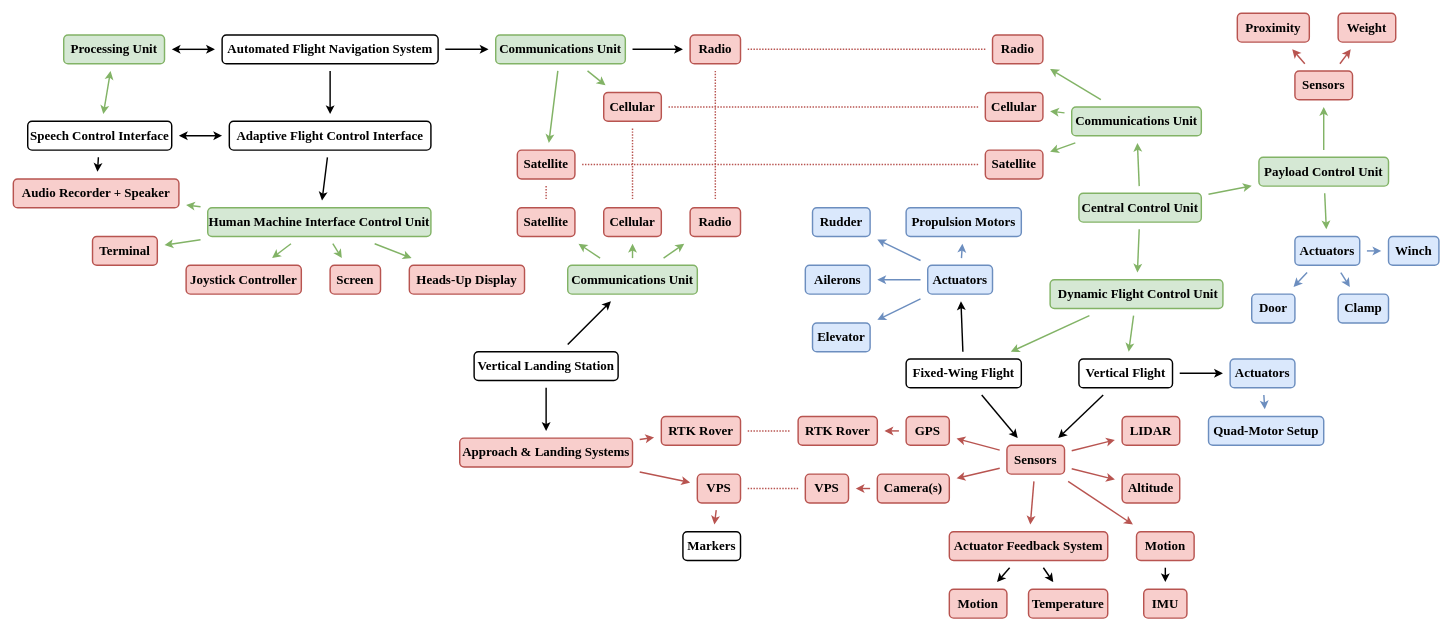
Earlier version of the draw.io diagram docs/submitted-proposal/resources/system-architecture.drawio (Tolly-Zhang/FH-Capstone-2025). Source tidied: cells renumbered, new cells numbered last; positions are measured from the earlier drawing's top-left corner, leaving out a move shared by most shapes. Both pictures are drawn from the tidied source at 72%, with x=0, y=0 at pixel (13, 13).
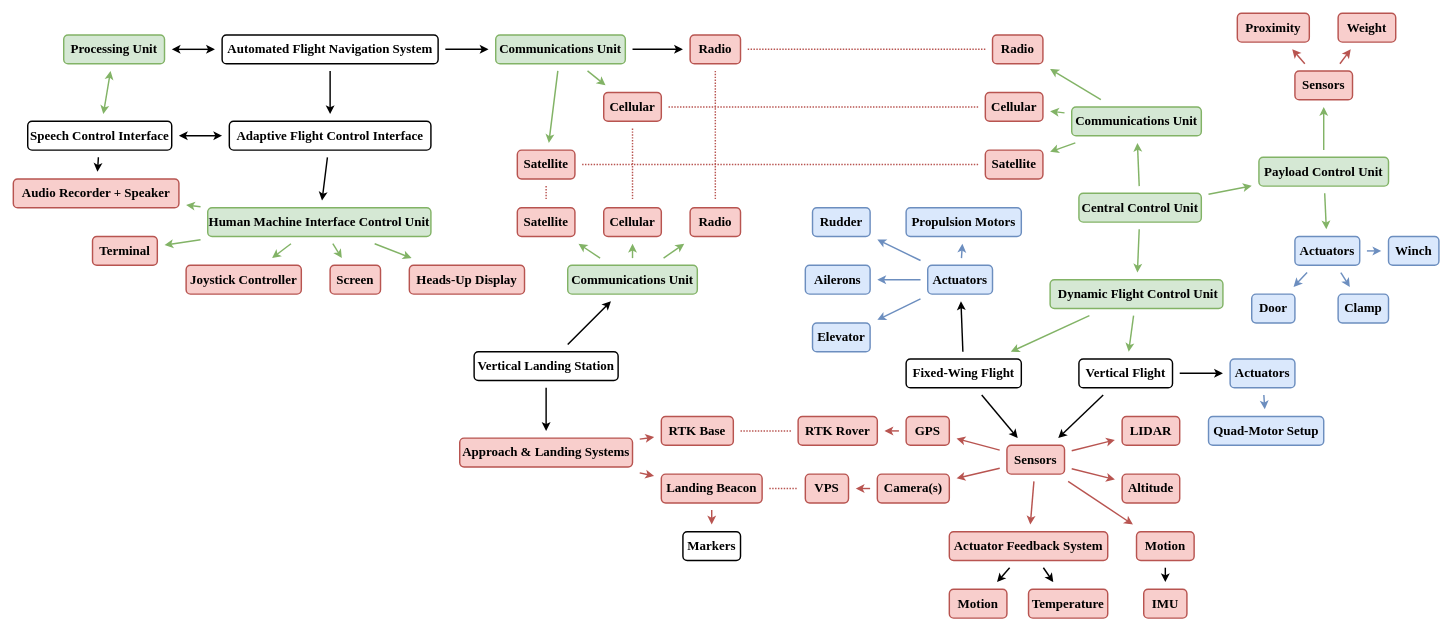
The same diagram, later.

Change to the diagram source:
```diff
@@
-    <mxCell id="119" value="RTK Rover" style="whiteSpace=wrap;html=1;fontSize=18;fontFamily=Times New Roman;rounded=1;glass=0;shadow=0;strokeWidth=2;fontStyle=1;fillColor=#f8cecc;strokeColor=#b85450;" parent="1" vertex="1">
-      <mxGeometry x="900" y="560" width="110" height="40" as="geometry" />
+    <mxCell id="119" value="RTK Base" style="whiteSpace=wrap;html=1;fontSize=18;fontFamily=Times New Roman;rounded=1;glass=0;shadow=0;strokeWidth=2;fontStyle=1;fillColor=#f8cecc;strokeColor=#b85450;" parent="1" vertex="1">
+      <mxGeometry x="900" y="560" width="100" height="40" as="geometry" />
     </mxCell>
@@
-    <mxCell id="121" value="VPS" style="whiteSpace=wrap;html=1;fontSize=18;fontFamily=Times New Roman;rounded=1;glass=0;shadow=0;strokeWidth=2;fontStyle=1;fillColor=#f8cecc;strokeColor=#b85450;" parent="1" vertex="1">
-      <mxGeometry x="950" y="640" width="60" height="40" as="geometry" />
+    <mxCell id="121" value="Landing Beacon" style="whiteSpace=wrap;html=1;fontSize=18;fontFamily=Times New Roman;rounded=1;glass=0;shadow=0;strokeWidth=2;fontStyle=1;fillColor=#f8cecc;strokeColor=#b85450;" parent="1" vertex="1">
+      <mxGeometry x="900" y="640" width="140" height="40" as="geometry" />
     </mxCell>
```
